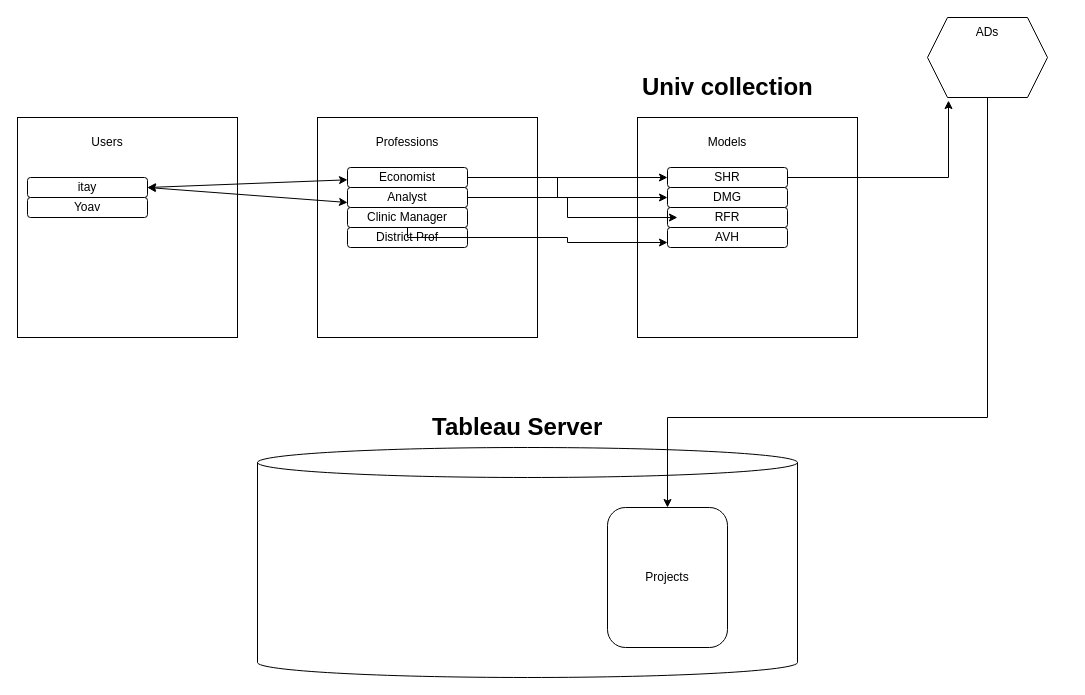
Earlier version of the draw.io diagram Tableau_Objects_Security.drawio (itaybaran/drawing). Source tidied: cells renumbered, new cells numbered last; positions are measured from the earlier drawing's top-left corner, leaving out a move shared by most shapes. Both pictures are drawn from the tidied source at 100%, with x=0, y=0 at pixel (17, 17).
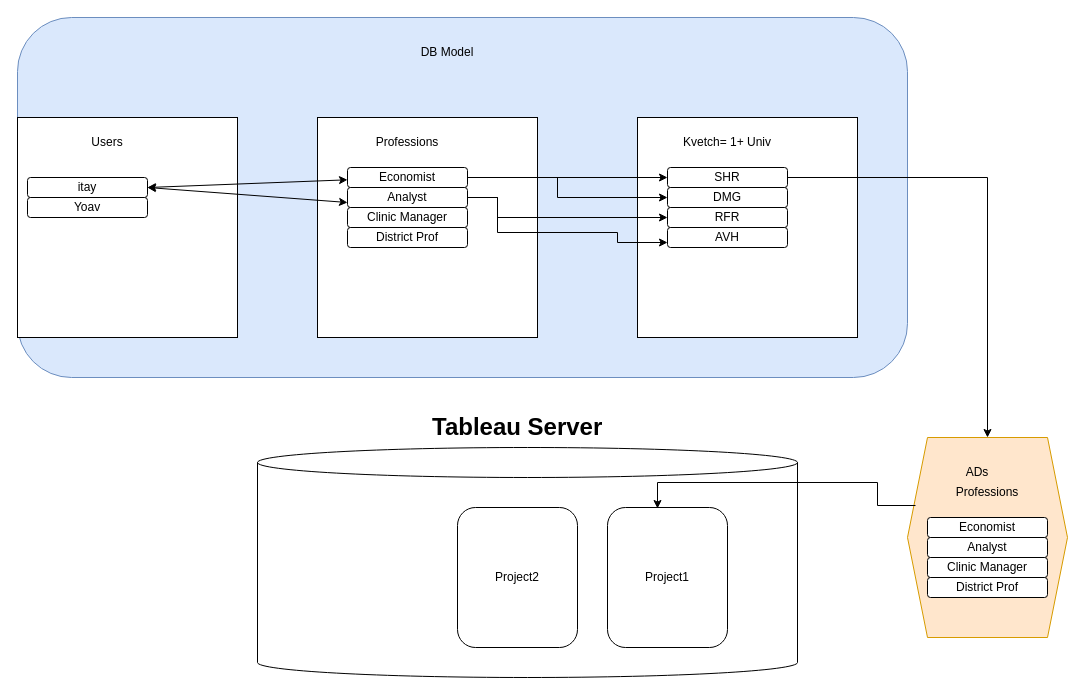
The same diagram, later.

The change refers to these unchanged cells:
```xml
<mxCell id="11" value="Analyst" style="rounded=1;whiteSpace=wrap;html=1;" parent="7" vertex="1">
  <mxGeometry x="30" y="70" width="120" height="20" as="geometry" />
</mxCell>
<mxCell id="12" value="Clinic Manager" style="rounded=1;whiteSpace=wrap;html=1;" parent="7" vertex="1">
  <mxGeometry x="30" y="90" width="120" height="20" as="geometry" />
</mxCell>
<mxCell id="14" style="group;" parent="1" vertex="1">
  <mxGeometry x="620" y="100" width="220" height="220" as="geometry" />
</mxCell>
<mxCell id="17" value="SHR" style="rounded=1;whiteSpace=wrap;html=1;" parent="14" vertex="1">
  <mxGeometry x="30" y="50" width="120" height="20" as="geometry" />
</mxCell>
<mxCell id="19" value="RFR" style="rounded=1;whiteSpace=wrap;html=1;" parent="14" vertex="1">
  <mxGeometry x="30" y="90" width="120" height="20" as="geometry" />
</mxCell>
<mxCell id="20" value="AVH" style="rounded=1;whiteSpace=wrap;html=1;" parent="14" vertex="1">
  <mxGeometry x="30" y="110" width="120" height="20" as="geometry" />
</mxCell>
```

The edit, as a diff of the source:
```diff
@@
+    <mxCell id="35" style="rounded=1;whiteSpace=wrap;html=1;fillColor=#dae8fc;strokeColor=#6c8ebf;" parent="1" vertex="1">
+      <mxGeometry width="890" height="360" as="geometry" />
+    </mxCell>
@@
-    <mxCell id="16" value="Models" style="text;html=1;strokeColor=none;fillColor=none;align=center;verticalAlign=middle;whiteSpace=wrap;rounded=0;" parent="14" vertex="1">
-      <mxGeometry x="60" y="10" width="60" height="30" as="geometry" />
+    <mxCell id="16" value="Kvetch= 1+ Univ" style="text;html=1;strokeColor=none;fillColor=none;align=center;verticalAlign=middle;whiteSpace=wrap;rounded=0;" parent="14" vertex="1">
+      <mxGeometry x="30" y="10" width="120" height="30" as="geometry" />
     </mxCell>
@@
-    <mxCell id="21" style="shape=hexagon;perimeter=hexagonPerimeter2;whiteSpace=wrap;html=1;fixedSize=1;" parent="1" vertex="1">
-      <mxGeometry x="910" width="120" height="80" as="geometry" />
+    <mxCell id="21" style="shape=hexagon;perimeter=hexagonPerimeter2;whiteSpace=wrap;html=1;fixedSize=1;fillColor=#ffe6cc;strokeColor=#d79b00;" parent="1" vertex="1">
+      <mxGeometry x="890" y="420" width="160" height="200" as="geometry" />
     </mxCell>
     <mxCell id="22" value="ADs" style="text;html=1;strokeColor=none;fillColor=none;align=center;verticalAlign=middle;whiteSpace=wrap;rounded=0;" parent="1" vertex="1">
-      <mxGeometry x="940" width="60" height="30" as="geometry" />
+      <mxGeometry x="930" y="440" width="60" height="30" as="geometry" />
     </mxCell>
@@
-    <mxCell id="25" value="&lt;h1&gt;Univ collection&lt;/h1&gt;" style="text;html=1;strokeColor=none;fillColor=none;spacing=5;spacingTop=-20;whiteSpace=wrap;overflow=hidden;rounded=0;" parent="1" vertex="1">
-      <mxGeometry x="620" y="50" width="190" height="50" as="geometry" />
-    </mxCell>
@@
-    <mxCell id="28" style="edgeStyle=orthogonalEdgeStyle;rounded=0;jettySize=auto;html=1;entryX=0.083;entryY=0.5;entryDx=0;entryDy=0;entryPerimeter=0;exitX=1;exitY=0.5;exitDx=0;exitDy=0;" parent="1" edge="1" source="11" target="19">
-      <mxGeometry relative="1" as="geometry" />
+    <mxCell id="28" style="edgeStyle=orthogonalEdgeStyle;rounded=0;jettySize=auto;html=1;exitX=1;exitY=0.5;exitDx=0;exitDy=0;" parent="1" edge="1" source="11">
+      <mxGeometry relative="1" as="geometry">
+        <mxPoint x="650" y="200" as="targetPoint" />
+        <Array as="points">
+          <mxPoint x="480" y="180" />
+          <mxPoint x="480" y="200" />
+        </Array>
+      </mxGeometry>
     </mxCell>
-    <mxCell id="29" style="edgeStyle=orthogonalEdgeStyle;rounded=0;jettySize=auto;html=1;entryX=0;entryY=0.75;entryDx=0;entryDy=0;" parent="1" edge="1" source="12" target="20">
+    <mxCell id="29" style="edgeStyle=orthogonalEdgeStyle;rounded=0;jettySize=auto;html=1;entryX=0;entryY=0.75;entryDx=0;entryDy=0;exitX=1;exitY=0.5;exitDx=0;exitDy=0;" parent="1" edge="1" source="11" target="20">
       <mxGeometry relative="1" as="geometry">
         <Array as="points">
-          <mxPoint x="390" y="220" />
-          <mxPoint x="550" y="220" />
-          <mxPoint x="550" y="225" />
+          <mxPoint x="480" y="180" />
+          <mxPoint x="480" y="215" />
+          <mxPoint x="600" y="215" />
+          <mxPoint x="600" y="225" />
         </Array>
       </mxGeometry>
     </mxCell>
@@
-    <mxCell id="32" value="Projects" style="rounded=1;whiteSpace=wrap;html=1;" parent="1" vertex="1">
+    <mxCell id="32" value="Project1" style="rounded=1;whiteSpace=wrap;html=1;" parent="1" vertex="1">
       <mxGeometry x="590" y="490" width="120" height="140" as="geometry" />
     </mxCell>
-    <mxCell id="33" style="edgeStyle=orthogonalEdgeStyle;rounded=0;jettySize=auto;html=1;entryX=0.175;entryY=1.038;entryDx=0;entryDy=0;entryPerimeter=0;" parent="1" edge="1" source="17" target="21">
+    <mxCell id="33" style="edgeStyle=orthogonalEdgeStyle;rounded=0;jettySize=auto;html=1;" parent="1" edge="1" source="17" target="21">
       <mxGeometry relative="1" as="geometry" />
     </mxCell>
+    <mxCell id="36" value="Project2" style="rounded=1;whiteSpace=wrap;html=1;" parent="1" vertex="1">
+      <mxGeometry x="440" y="490" width="120" height="140" as="geometry" />
+    </mxCell>
+    <mxCell id="37" value="DB Model" style="text;html=1;strokeColor=none;fillColor=none;align=center;verticalAlign=middle;whiteSpace=wrap;rounded=0;" parent="1" vertex="1">
+      <mxGeometry x="370" y="20" width="120" height="30" as="geometry" />
+    </mxCell>
+    <mxCell id="38" value="Professions" style="text;html=1;strokeColor=none;fillColor=none;align=center;verticalAlign=middle;whiteSpace=wrap;rounded=0;" parent="1" vertex="1">
+      <mxGeometry x="940" y="460" width="60" height="30" as="geometry" />
+    </mxCell>
+    <mxCell id="39" value="Economist" style="rounded=1;whiteSpace=wrap;html=1;" parent="1" vertex="1">
+      <mxGeometry x="910" y="500" width="120" height="20" as="geometry" />
+    </mxCell>
+    <mxCell id="40" value="Analyst" style="rounded=1;whiteSpace=wrap;html=1;" parent="1" vertex="1">
+      <mxGeometry x="910" y="520" width="120" height="20" as="geometry" />
+    </mxCell>
+    <mxCell id="41" value="Clinic Manager" style="rounded=1;whiteSpace=wrap;html=1;" parent="1" vertex="1">
+      <mxGeometry x="910" y="540" width="120" height="20" as="geometry" />
+    </mxCell>
+    <mxCell id="42" value="District Prof" style="rounded=1;whiteSpace=wrap;html=1;" parent="1" vertex="1">
+      <mxGeometry x="910" y="560" width="120" height="20" as="geometry" />
+    </mxCell>
-    <mxCell id="34" style="edgeStyle=orthogonalEdgeStyle;rounded=0;jettySize=auto;html=1;entryX=0.5;entryY=0;entryDx=0;entryDy=0;" parent="1" edge="1" source="21" target="32">
+    <mxCell id="34" style="edgeStyle=orthogonalEdgeStyle;rounded=0;jettySize=auto;html=1;exitX=0.05;exitY=0.34;exitDx=0;exitDy=0;exitPerimeter=0;" parent="1" edge="1" source="21">
       <mxGeometry relative="1" as="geometry">
+        <mxPoint x="640" y="491" as="targetPoint" />
         <Array as="points">
-          <mxPoint x="970" y="400" />
-          <mxPoint x="650" y="400" />
+          <mxPoint x="860" y="488" />
+          <mxPoint x="860" y="465" />
+          <mxPoint x="640" y="465" />
         </Array>
       </mxGeometry>
     </mxCell>
```
